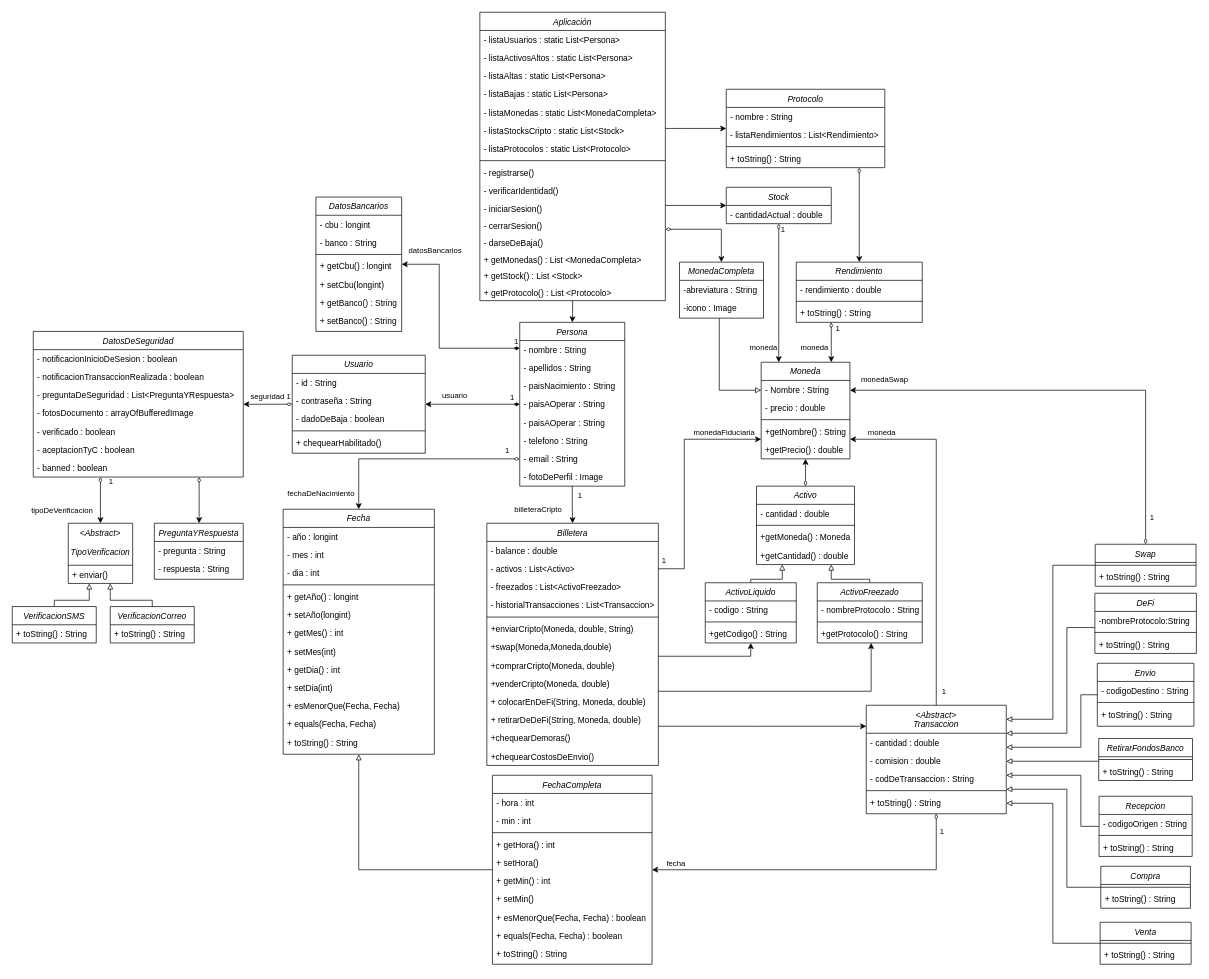
Before: Diagrama.drawio in Faus142005/CriptoWallet, a draw.io diagram. Source tidied: cells renumbered, new cells numbered last; positions are measured from the earlier drawing's top-left corner, leaving out a move shared by most shapes. Both pictures are drawn from the tidied source at 70%, with x=0, y=0 at pixel (12, 12).
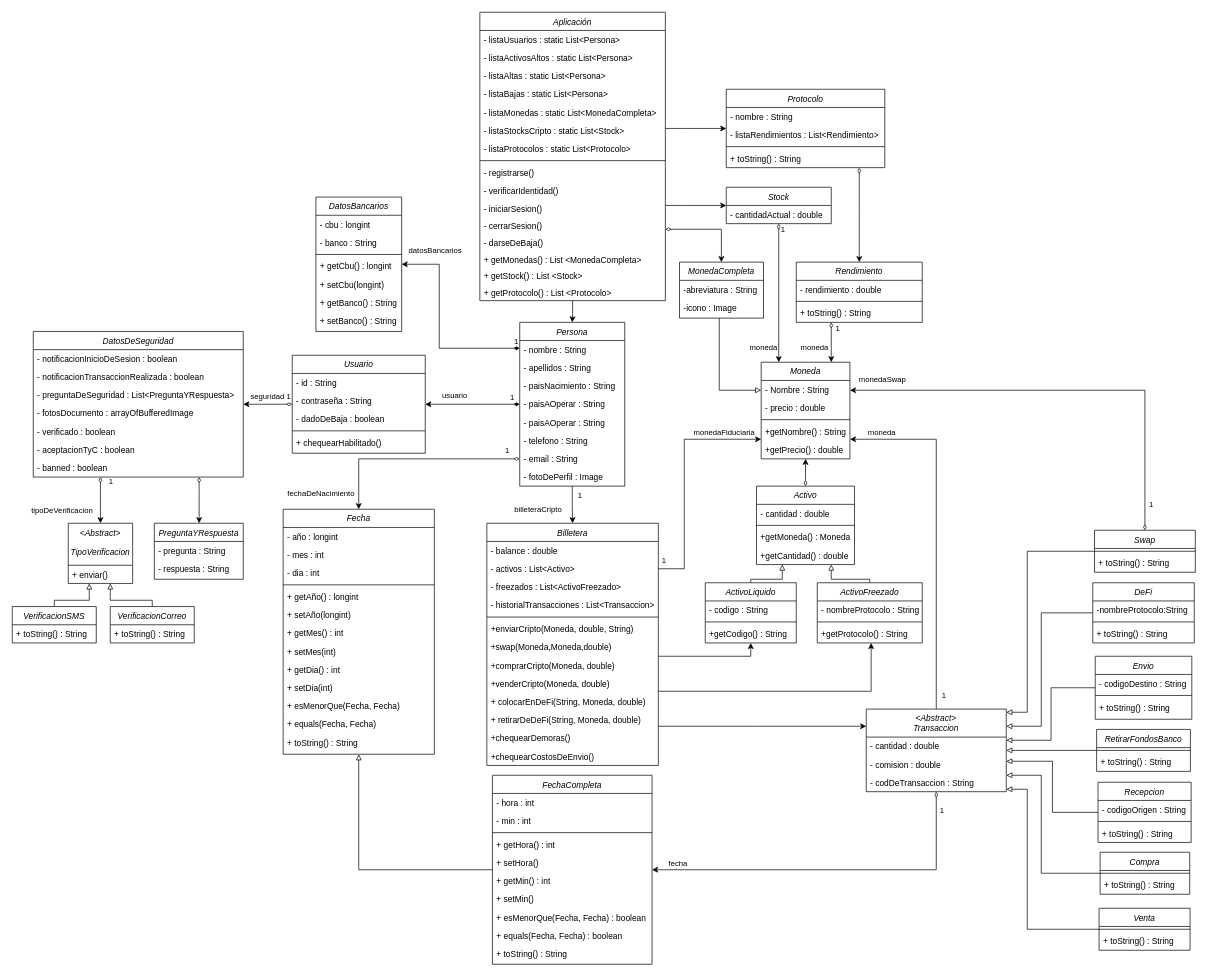
Above is the later version.

The edit, as a diff of the source:
```diff
@@
     <mxCell id="107" value="&lt;Abstract&gt;&#10;Transaccion" style="swimlane;fontStyle=2;align=center;verticalAlign=top;horizontal=1;startSize=40;rounded=0;shadow=0;strokeWidth=1;fontSize=12;" parent="1" vertex="1">
-      <mxGeometry x="1220" y="990" width="200" height="155" as="geometry" />
+      <mxGeometry x="1220" y="995.5" width="200" height="118" as="geometry" />
     </mxCell>
@@
-    <mxCell id="111" style="line;html=1;strokeWidth=1;align=left;verticalAlign=middle;spacingTop=-1;spacingLeft=3;spacingRight=3;labelPosition=right;fontSize=12;" parent="107" vertex="1">
-      <mxGeometry y="118" width="200" height="8" as="geometry" />
-    </mxCell>
-    <mxCell id="112" value="+ toString() : String" style="text;align=left;verticalAlign=top;spacingLeft=4;spacingRight=4;overflow=hidden;rounded=0;shadow=0;html=0;fontSize=12;" parent="107" vertex="1">
-      <mxGeometry y="126" width="200" height="26" as="geometry" />
-    </mxCell>
@@
     <mxCell id="175" style="edgeStyle=orthogonalEdgeStyle;rounded=0;jettySize=auto;html=1;endArrow=block;endFill=0;" parent="1" edge="1" source="176" target="107">
       <mxGeometry relative="1" as="geometry">
         <Array as="points">
-          <mxPoint x="1506.6" y="1250" />
-          <mxPoint x="1506.6" y="1110" />
+          <mxPoint x="1470" y="1230" />
+          <mxPoint x="1470" y="1090" />
         </Array>
       </mxGeometry>
     </mxCell>
     <mxCell id="176" value="Compra" style="swimlane;fontStyle=2;align=center;verticalAlign=top;horizontal=1;startSize=26;rounded=0;shadow=0;strokeWidth=1;fontSize=12;" parent="1" vertex="1">
-      <mxGeometry x="1555.1" y="1220" width="128" height="60" as="geometry" />
+      <mxGeometry x="1554.1" y="1200" width="128" height="60" as="geometry" />
     </mxCell>
@@
     <mxCell id="179" style="edgeStyle=orthogonalEdgeStyle;rounded=0;jettySize=auto;html=1;endArrow=block;endFill=0;" parent="1" edge="1" source="180" target="107">
       <mxGeometry relative="1" as="geometry">
         <Array as="points">
-          <mxPoint x="1486.6" y="1330" />
-          <mxPoint x="1486.6" y="1130" />
+          <mxPoint x="1450" y="1310" />
+          <mxPoint x="1450" y="1110" />
         </Array>
       </mxGeometry>
     </mxCell>
     <mxCell id="180" value="Venta" style="swimlane;fontStyle=2;align=center;verticalAlign=top;horizontal=1;startSize=26;rounded=0;shadow=0;strokeWidth=1;fontSize=12;" parent="1" vertex="1">
-      <mxGeometry x="1554.1" y="1300" width="130" height="60" as="geometry" />
+      <mxGeometry x="1552.6" y="1280" width="130" height="60" as="geometry" />
     </mxCell>
@@
-    <mxCell id="183" style="edgeStyle=orthogonalEdgeStyle;rounded=0;jettySize=auto;html=1;endArrow=block;endFill=0;" parent="1" edge="1" source="187" target="107">
-      <mxGeometry relative="1" as="geometry">
-        <Array as="points">
-          <mxPoint x="1486.6" y="790" />
-          <mxPoint x="1486.6" y="1010" />
-        </Array>
-      </mxGeometry>
-    </mxCell>
@@
+    <mxCell id="183" style="edgeStyle=orthogonalEdgeStyle;rounded=0;jettySize=auto;html=1;endArrow=block;endFill=0;" parent="1" edge="1" source="187" target="107">
+      <mxGeometry relative="1" as="geometry">
+        <Array as="points">
+          <mxPoint x="1450" y="770" />
+          <mxPoint x="1450" y="1000" />
+        </Array>
+      </mxGeometry>
+    </mxCell>
     <mxCell id="187" value="Swap" style="swimlane;fontStyle=2;align=center;verticalAlign=top;horizontal=1;startSize=26;rounded=0;shadow=0;strokeWidth=1;fontSize=12;" parent="1" vertex="1">
-      <mxGeometry x="1547.1" y="760" width="144" height="60" as="geometry" />
+      <mxGeometry x="1546.1" y="740" width="144" height="60" as="geometry" />
     </mxCell>
@@
     <mxCell id="190" style="edgeStyle=orthogonalEdgeStyle;rounded=0;jettySize=auto;html=1;endArrow=block;endFill=0;" parent="1" edge="1" source="191" target="107">
       <mxGeometry relative="1" as="geometry">
         <Array as="points">
-          <mxPoint x="1526.6" y="975" />
-          <mxPoint x="1526.6" y="1050" />
+          <mxPoint x="1484" y="965" />
+          <mxPoint x="1484" y="1040" />
         </Array>
       </mxGeometry>
     </mxCell>
-    <mxCell id="191" value="Envio" style="swimlane;fontStyle=2;align=center;verticalAlign=top;horizontal=1;startSize=26;rounded=0;shadow=0;strokeWidth=1;fontSize=12;" parent="1" vertex="1">
-      <mxGeometry x="1550.1" y="930" width="138" height="90" as="geometry" />
+    <mxCell id="191" value="Envio" style="swimlane;fontStyle=2;align=center;verticalAlign=top;horizontal=1;startSize=26;rounded=0;shadow=0;strokeWidth=1;fontSize=12;flipV=0;" parent="1" vertex="1">
+      <mxGeometry x="1547.1" y="920" width="138" height="90" as="geometry" />
     </mxCell>
@@
     <mxCell id="195" style="edgeStyle=orthogonalEdgeStyle;rounded=0;jettySize=auto;html=1;endArrow=block;endFill=0;" parent="1" edge="1" source="196" target="107">
       <mxGeometry relative="1" as="geometry">
         <Array as="points">
-          <mxPoint x="1526.6" y="1163" />
-          <mxPoint x="1526.6" y="1090" />
+          <mxPoint x="1486" y="1143" />
+          <mxPoint x="1486" y="1070" />
         </Array>
       </mxGeometry>
     </mxCell>
     <mxCell id="196" value="Recepcion" style="swimlane;fontStyle=2;align=center;verticalAlign=top;horizontal=1;startSize=26;rounded=0;shadow=0;strokeWidth=1;fontSize=12;" parent="1" vertex="1">
-      <mxGeometry x="1552.6" y="1120" width="133" height="86" as="geometry" />
+      <mxGeometry x="1551.1" y="1100" width="133" height="86" as="geometry" />
     </mxCell>
@@
     <mxCell id="200" style="edgeStyle=orthogonalEdgeStyle;rounded=0;jettySize=auto;html=1;endArrow=block;endFill=0;" parent="1" edge="1" source="201" target="107">
       <mxGeometry relative="1" as="geometry">
         <Array as="points">
-          <mxPoint x="1506.6" y="879" />
-          <mxPoint x="1506.6" y="1030" />
+          <mxPoint x="1470" y="858" />
+          <mxPoint x="1470" y="1020" />
         </Array>
       </mxGeometry>
     </mxCell>
-    <mxCell id="201" value="DeFi" style="swimlane;fontStyle=2;align=center;verticalAlign=top;horizontal=1;startSize=26;rounded=0;shadow=0;strokeWidth=1;fontSize=12;" parent="1" vertex="1">
-      <mxGeometry x="1546.6" y="830" width="145" height="86" as="geometry" />
+    <mxCell id="201" value="DeFi" style="swimlane;fontStyle=2;align=center;verticalAlign=top;horizontal=1;startSize=26;rounded=0;shadow=0;strokeWidth=1;fontSize=12;flipV=0;" parent="1" vertex="1">
+      <mxGeometry x="1543.6" y="815" width="145" height="86" as="geometry" />
     </mxCell>
@@
     <mxCell id="205" style="edgeStyle=orthogonalEdgeStyle;rounded=0;jettySize=auto;html=1;endArrow=block;endFill=0;" parent="1" edge="1" source="206" target="107">
-      <mxGeometry relative="1" as="geometry">
-        <Array as="points">
-          <mxPoint x="1476.6" y="1070" />
-          <mxPoint x="1476.6" y="1070" />
-        </Array>
-      </mxGeometry>
+      <mxGeometry relative="1" as="geometry" />
     </mxCell>
     <mxCell id="206" value="RetirarFondosBanco" style="swimlane;fontStyle=2;align=center;verticalAlign=top;horizontal=1;startSize=26;rounded=0;shadow=0;strokeWidth=1;fontSize=12;" parent="1" vertex="1">
-      <mxGeometry x="1552.1" y="1037.5" width="134" height="60" as="geometry" />
+      <mxGeometry x="1549.1" y="1024.5" width="134" height="60" as="geometry" />
     </mxCell>
```
